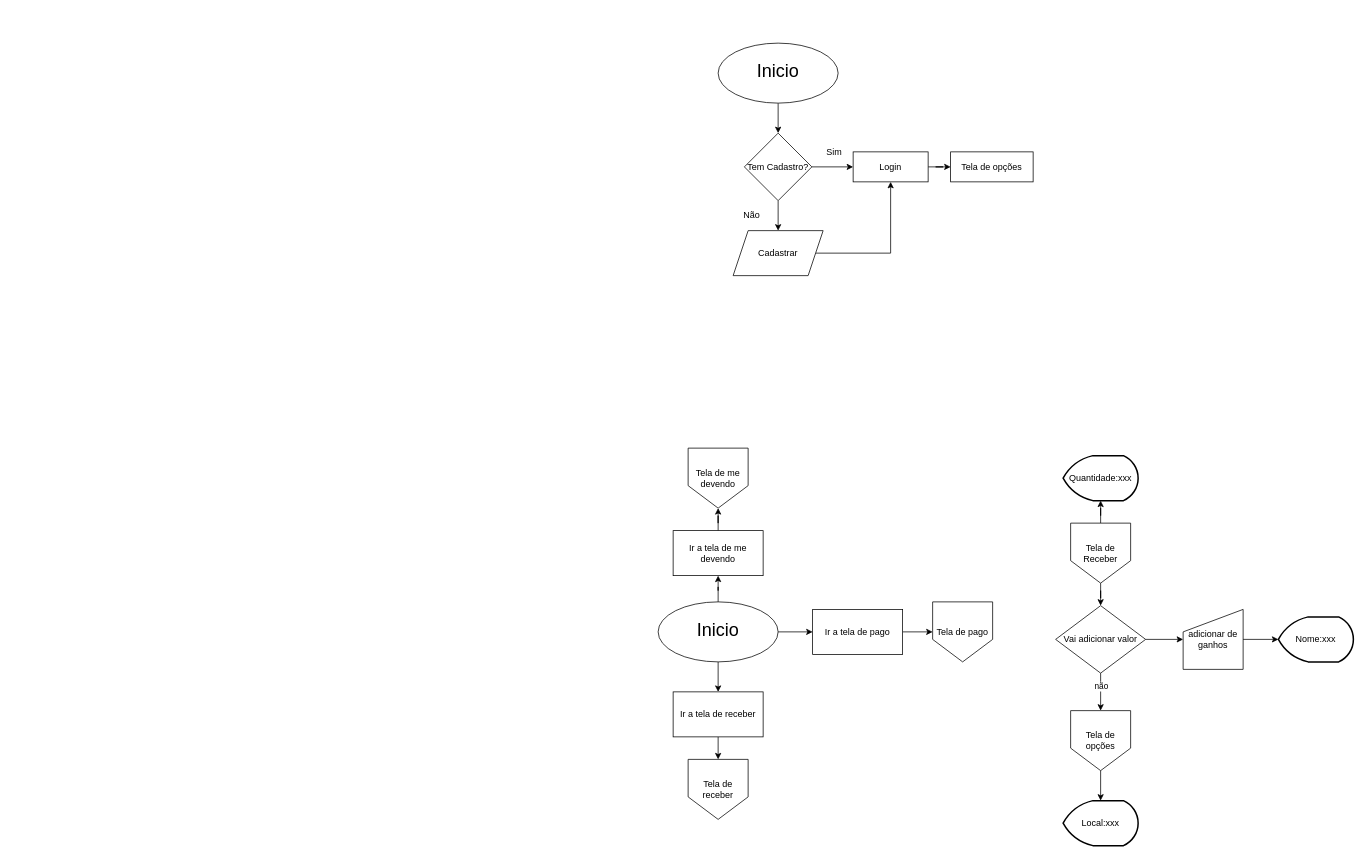
Above: Doc/Fluxograma.Drawio in LuizMiguelRocha/Equipe5 (draw.io), before the change. Source tidied: cells renumbered, new cells numbered last; positions are measured from the earlier drawing's top-left corner, leaving out a move shared by most shapes. Both pictures are drawn from the tidied source at 75%, with x=0, y=0 at pixel (658, 43).
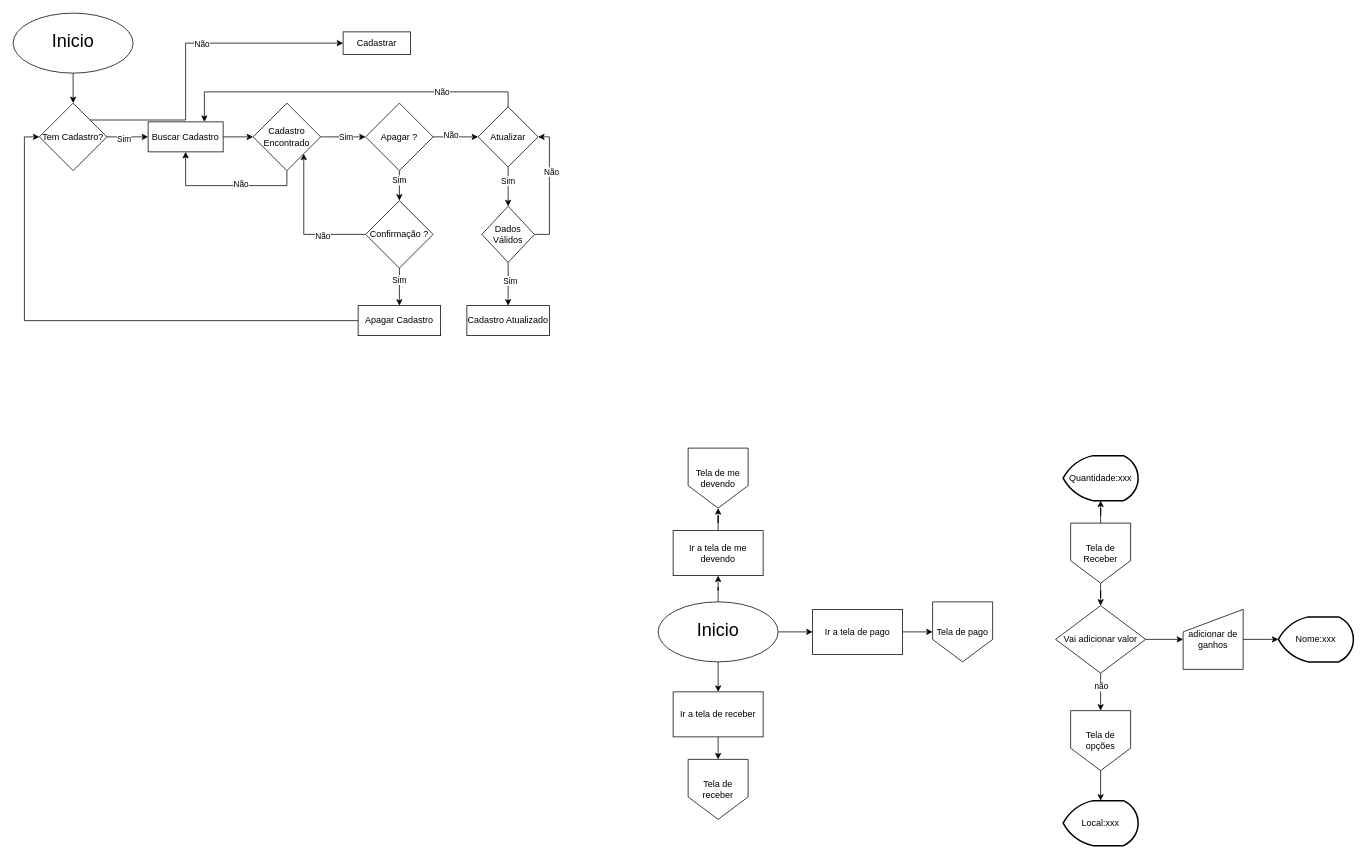
The same page after the edit.

Change to the diagram source:
```diff
@@
     <mxCell id="3" value="&lt;p style=&quot;line-height: 120%;&quot;&gt;&lt;font style=&quot;font-size: 24px;&quot;&gt;Inicio&lt;/font&gt;&lt;/p&gt;" style="ellipse;whiteSpace=wrap;html=1;" parent="1" vertex="1">
-      <mxGeometry x="80" width="160" height="80" as="geometry" />
+      <mxGeometry x="-860" y="-40" width="160" height="80" as="geometry" />
     </mxCell>
-    <mxCell id="4" style="edgeStyle=orthogonalEdgeStyle;rounded=0;jettySize=auto;html=1;entryX=0;entryY=0.5;entryDx=0;entryDy=0;" parent="1" edge="1" source="6" target="8">
-      <mxGeometry relative="1" as="geometry" />
-    </mxCell>
+    <mxCell id="41" style="edgeStyle=orthogonalEdgeStyle;rounded=0;jettySize=auto;html=1;entryX=0;entryY=0.5;entryDx=0;entryDy=0;" parent="1" edge="1" source="6" target="45">
+      <mxGeometry relative="1" as="geometry" />
+    </mxCell>
+    <mxCell id="42" value="Sim" style="edgeLabel;html=1;align=center;verticalAlign=middle;" parent="41" vertex="1">
+      <mxGeometry x="-0.2" y="-2" relative="1" as="geometry" />
+    </mxCell>
-    <mxCell id="5" style="edgeStyle=orthogonalEdgeStyle;rounded=0;jettySize=auto;html=1;entryX=0.5;entryY=0;entryDx=0;entryDy=0;" parent="1" edge="1" source="6" target="10">
-      <mxGeometry relative="1" as="geometry" />
+    <mxCell id="5" style="edgeStyle=orthogonalEdgeStyle;rounded=0;jettySize=auto;html=1;exitX=1;exitY=0;exitDx=0;exitDy=0;entryX=0;entryY=0.5;entryDx=0;entryDy=0;" parent="1" edge="1" source="6" target="10">
+      <mxGeometry relative="1" as="geometry">
+        <Array as="points">
+          <mxPoint x="-630" y="103" />
+          <mxPoint x="-630" />
+        </Array>
+      </mxGeometry>
     </mxCell>
+    <mxCell id="43" value="Não" style="edgeLabel;html=1;align=center;verticalAlign=middle;" parent="5" vertex="1">
+      <mxGeometry x="0.14" relative="1" as="geometry" />
+    </mxCell>
     <mxCell id="6" value="Tem Cadastro?" style="rhombus;whiteSpace=wrap;html=1;" parent="1" vertex="1">
-      <mxGeometry x="115" y="120" width="90" height="90" as="geometry" />
+      <mxGeometry x="-825" y="80" width="90" height="90" as="geometry" />
     </mxCell>
-    <mxCell id="7" style="edgeStyle=orthogonalEdgeStyle;rounded=0;jettySize=auto;html=1;entryX=0;entryY=0.5;entryDx=0;entryDy=0;" parent="1" edge="1" source="8" target="11">
-      <mxGeometry relative="1" as="geometry" />
-    </mxCell>
-    <mxCell id="8" value="Login" style="rounded=0;whiteSpace=wrap;html=1;" parent="1" vertex="1">
-      <mxGeometry x="260" y="145" width="100" height="40" as="geometry" />
-    </mxCell>
-    <mxCell id="9" style="edgeStyle=orthogonalEdgeStyle;rounded=0;jettySize=auto;html=1;entryX=0.5;entryY=1;entryDx=0;entryDy=0;" parent="1" edge="1" source="10" target="8">
-      <mxGeometry relative="1" as="geometry" />
-    </mxCell>
-    <mxCell id="10" value="Cadastrar" style="shape=parallelogram;perimeter=parallelogramPerimeter;whiteSpace=wrap;html=1;fixedSize=1;" parent="1" vertex="1">
-      <mxGeometry x="100" y="250" width="120" height="60" as="geometry" />
-    </mxCell>
-    <mxCell id="11" value="Tela de opções" style="rounded=0;whiteSpace=wrap;html=1;" parent="1" vertex="1">
-      <mxGeometry x="390" y="145" width="110" height="40" as="geometry" />
-    </mxCell>
-    <mxCell id="12" value="Sim" style="text;html=1;align=center;verticalAlign=middle;whiteSpace=wrap;rounded=0;" parent="1" vertex="1">
-      <mxGeometry x="210" y="135" width="50" height="20" as="geometry" />
-    </mxCell>
-    <mxCell id="13" value="Não" style="text;html=1;align=center;verticalAlign=middle;whiteSpace=wrap;rounded=0;" parent="1" vertex="1">
-      <mxGeometry x="100" y="220" width="50" height="20" as="geometry" />
-    </mxCell>
@@
+    <mxCell id="44" style="edgeStyle=orthogonalEdgeStyle;rounded=0;jettySize=auto;html=1;exitX=1;exitY=0.5;exitDx=0;exitDy=0;entryX=0;entryY=0.5;entryDx=0;entryDy=0;" parent="1" edge="1" source="45" target="50">
+      <mxGeometry relative="1" as="geometry" />
+    </mxCell>
+    <mxCell id="45" value="Buscar Cadastro" style="rounded=0;whiteSpace=wrap;html=1;" parent="1" vertex="1">
+      <mxGeometry x="-680" y="105" width="100" height="40" as="geometry" />
+    </mxCell>
+    <mxCell id="46" style="edgeStyle=orthogonalEdgeStyle;rounded=0;jettySize=auto;html=1;exitX=0.5;exitY=1;exitDx=0;exitDy=0;entryX=0.5;entryY=1;entryDx=0;entryDy=0;" parent="1" edge="1" source="50" target="45">
+      <mxGeometry relative="1" as="geometry" />
+    </mxCell>
+    <mxCell id="47" value="Não" style="edgeLabel;html=1;align=center;verticalAlign=middle;" parent="46" vertex="1">
+      <mxGeometry x="-0.18" y="-3" relative="1" as="geometry" />
+    </mxCell>
+    <mxCell id="48" style="edgeStyle=orthogonalEdgeStyle;rounded=0;jettySize=auto;html=1;exitX=1;exitY=0.5;exitDx=0;exitDy=0;entryX=0;entryY=0.5;entryDx=0;entryDy=0;" parent="1" edge="1" source="50" target="55">
+      <mxGeometry relative="1" as="geometry" />
+    </mxCell>
+    <mxCell id="49" value="Sim" style="edgeLabel;html=1;align=center;verticalAlign=middle;" parent="48" vertex="1">
+      <mxGeometry x="0.09" relative="1" as="geometry" />
+    </mxCell>
+    <mxCell id="50" value="Cadastro Encontrado" style="rhombus;whiteSpace=wrap;html=1;" parent="1" vertex="1">
+      <mxGeometry x="-540" y="80" width="90" height="90" as="geometry" />
+    </mxCell>
+    <mxCell id="51" style="edgeStyle=orthogonalEdgeStyle;rounded=0;jettySize=auto;html=1;exitX=0.5;exitY=1;exitDx=0;exitDy=0;entryX=0.5;entryY=0;entryDx=0;entryDy=0;" parent="1" edge="1" source="55" target="60">
+      <mxGeometry relative="1" as="geometry" />
+    </mxCell>
+    <mxCell id="52" value="Sim" style="edgeLabel;html=1;align=center;verticalAlign=middle;" parent="51" vertex="1">
+      <mxGeometry x="-0.38" y="-1" relative="1" as="geometry" />
+    </mxCell>
+    <mxCell id="53" style="edgeStyle=orthogonalEdgeStyle;rounded=0;jettySize=auto;html=1;exitX=1;exitY=0.5;exitDx=0;exitDy=0;entryX=0;entryY=0.5;entryDx=0;entryDy=0;" parent="1" edge="1" source="55" target="67">
+      <mxGeometry relative="1" as="geometry" />
+    </mxCell>
+    <mxCell id="54" value="Não" style="edgeLabel;html=1;align=center;verticalAlign=middle;" parent="53" vertex="1">
+      <mxGeometry x="-0.22" y="3" relative="1" as="geometry" />
+    </mxCell>
+    <mxCell id="55" value="Apagar ?" style="rhombus;whiteSpace=wrap;html=1;" parent="1" vertex="1">
+      <mxGeometry x="-390" y="80" width="90" height="90" as="geometry" />
+    </mxCell>
+    <mxCell id="56" style="edgeStyle=orthogonalEdgeStyle;rounded=0;jettySize=auto;html=1;exitX=0.5;exitY=1;exitDx=0;exitDy=0;entryX=0.5;entryY=0;entryDx=0;entryDy=0;" parent="1" edge="1" source="60" target="62">
+      <mxGeometry relative="1" as="geometry" />
+    </mxCell>
+    <mxCell id="57" value="Sim" style="edgeLabel;html=1;align=center;verticalAlign=middle;" parent="56" vertex="1">
+      <mxGeometry x="-0.42" y="-1" relative="1" as="geometry" />
+    </mxCell>
+    <mxCell id="58" style="edgeStyle=orthogonalEdgeStyle;rounded=0;jettySize=auto;html=1;entryX=1;entryY=1;entryDx=0;entryDy=0;" parent="1" edge="1" source="60" target="50">
+      <mxGeometry relative="1" as="geometry" />
+    </mxCell>
+    <mxCell id="59" value="Não" style="edgeLabel;html=1;align=center;verticalAlign=middle;" parent="58" vertex="1">
+      <mxGeometry x="-0.39" y="2" relative="1" as="geometry" />
+    </mxCell>
+    <mxCell id="60" value="Confirmação ?" style="rhombus;whiteSpace=wrap;html=1;" parent="1" vertex="1">
+      <mxGeometry x="-390" y="210" width="90" height="90" as="geometry" />
+    </mxCell>
+    <mxCell id="61" style="edgeStyle=orthogonalEdgeStyle;rounded=0;jettySize=auto;html=1;entryX=0;entryY=0.5;entryDx=0;entryDy=0;" parent="1" edge="1" source="62" target="6">
+      <mxGeometry relative="1" as="geometry" />
+    </mxCell>
+    <mxCell id="62" value="Apagar Cadastro" style="rounded=0;whiteSpace=wrap;html=1;" parent="1" vertex="1">
+      <mxGeometry x="-400" y="350" width="110" height="40" as="geometry" />
+    </mxCell>
+    <mxCell id="63" style="edgeStyle=orthogonalEdgeStyle;rounded=0;jettySize=auto;html=1;entryX=0.5;entryY=0;entryDx=0;entryDy=0;" parent="1" edge="1" source="67" target="72">
+      <mxGeometry relative="1" as="geometry" />
+    </mxCell>
+    <mxCell id="64" value="Sim" style="edgeLabel;html=1;align=center;verticalAlign=middle;" parent="63" vertex="1">
+      <mxGeometry x="-0.33" y="-1" relative="1" as="geometry" />
+    </mxCell>
+    <mxCell id="65" style="edgeStyle=orthogonalEdgeStyle;rounded=0;jettySize=auto;html=1;exitX=0.5;exitY=0;exitDx=0;exitDy=0;entryX=0.75;entryY=0;entryDx=0;entryDy=0;" parent="1" edge="1" source="67" target="45">
+      <mxGeometry relative="1" as="geometry" />
+    </mxCell>
+    <mxCell id="66" value="Não" style="edgeLabel;html=1;align=center;verticalAlign=middle;" parent="65" vertex="1">
+      <mxGeometry x="-0.53" y="-1" relative="1" as="geometry" />
+    </mxCell>
+    <mxCell id="67" value="Atualizar" style="rhombus;whiteSpace=wrap;html=1;" parent="1" vertex="1">
+      <mxGeometry x="-240" y="85" width="80" height="80" as="geometry" />
+    </mxCell>
+    <mxCell id="68" style="edgeStyle=orthogonalEdgeStyle;rounded=0;jettySize=auto;html=1;exitX=1;exitY=0.5;exitDx=0;exitDy=0;entryX=1;entryY=0.5;entryDx=0;entryDy=0;" parent="1" edge="1" source="72" target="67">
+      <mxGeometry relative="1" as="geometry" />
+    </mxCell>
+    <mxCell id="69" value="Não" style="edgeLabel;html=1;align=center;verticalAlign=middle;" parent="68" vertex="1">
+      <mxGeometry x="0.26" y="-2" relative="1" as="geometry" />
+    </mxCell>
+    <mxCell id="70" style="edgeStyle=orthogonalEdgeStyle;rounded=0;jettySize=auto;html=1;exitX=0.5;exitY=1;exitDx=0;exitDy=0;entryX=0.5;entryY=0;entryDx=0;entryDy=0;" parent="1" edge="1" source="72" target="73">
+      <mxGeometry relative="1" as="geometry" />
+    </mxCell>
+    <mxCell id="71" value="Sim" style="edgeLabel;html=1;align=center;verticalAlign=middle;" parent="70" vertex="1">
+      <mxGeometry x="-0.17" y="2" relative="1" as="geometry" />
+    </mxCell>
+    <mxCell id="72" value="Dados Válidos" style="rhombus;whiteSpace=wrap;html=1;" parent="1" vertex="1">
+      <mxGeometry x="-235" y="217.5" width="70" height="75" as="geometry" />
+    </mxCell>
+    <mxCell id="73" value="Cadastro Atualizado" style="rounded=0;whiteSpace=wrap;html=1;" parent="1" vertex="1">
+      <mxGeometry x="-255" y="350" width="110" height="40" as="geometry" />
+    </mxCell>
+    <mxCell id="10" value="Cadastrar" style="rounded=0;whiteSpace=wrap;html=1;" parent="1" vertex="1">
+      <mxGeometry x="-420" y="-15" width="90" height="30" as="geometry" />
+    </mxCell>
```
